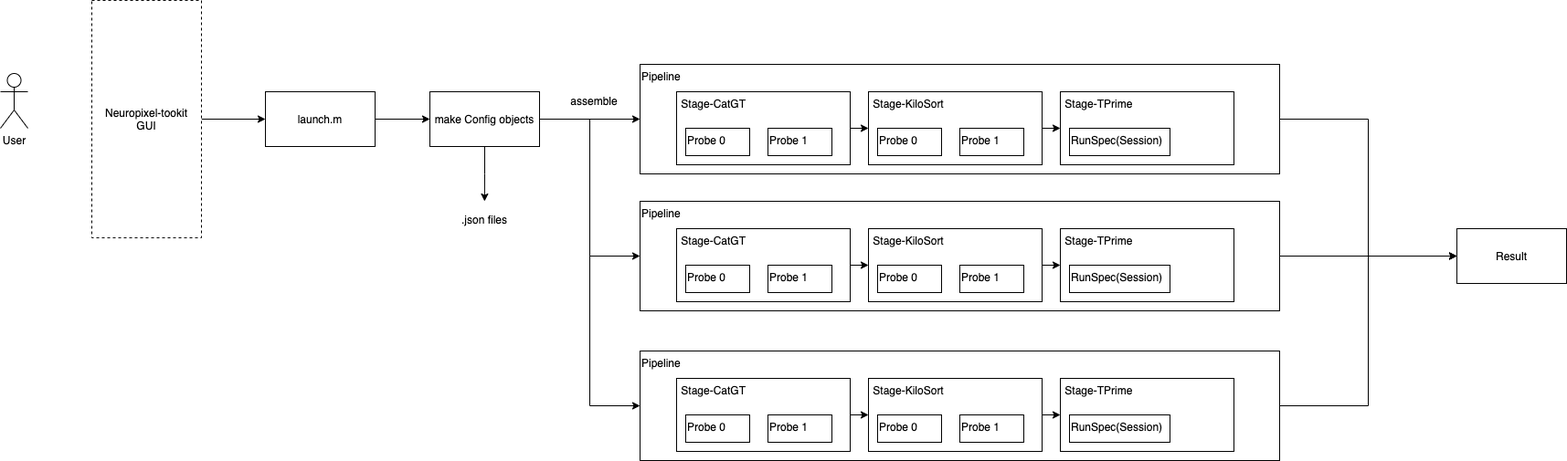
Before: docs/usecase_diagram.drawio.png, a diagram exported from draw.io (MATLAB-Community-Toolboxes-at-INCF/neuropixels-toolkit). Source tidied: cells renumbered, new cells last; positions are measured from the earlier drawing's top-left corner, leaving out a move shared by most shapes. The source it was exported from:
```xml
<mxGraphModel>
  <root>
    <mxCell id="0" />
    <mxCell id="1" parent="0" />
    <mxCell id="2" value="User" style="shape=umlActor;verticalLabelPosition=bottom;verticalAlign=top;html=1;" parent="1" vertex="1">
      <mxGeometry y="80" width="30" height="60" as="geometry" />
    </mxCell>
    <mxCell id="3" style="edgeStyle=orthogonalEdgeStyle;rounded=0;jettySize=auto;html=1;exitX=1;exitY=0.5;exitDx=0;exitDy=0;entryX=0;entryY=0.5;entryDx=0;entryDy=0;" parent="1" edge="1" source="4" target="6">
      <mxGeometry relative="1" as="geometry" />
    </mxCell>
    <mxCell id="4" value="Neuropixel-tookit&lt;br&gt;GUI" style="rounded=0;whiteSpace=wrap;html=1;dashed=1;" parent="1" vertex="1">
      <mxGeometry x="100" width="120" height="260" as="geometry" />
    </mxCell>
    <mxCell id="5" style="edgeStyle=orthogonalEdgeStyle;rounded=0;jettySize=auto;html=1;exitX=1;exitY=0.5;exitDx=0;exitDy=0;entryX=0;entryY=0.5;entryDx=0;entryDy=0;" parent="1" edge="1" source="6" target="11">
      <mxGeometry relative="1" as="geometry" />
    </mxCell>
    <mxCell id="6" value="launch.m" style="rounded=0;whiteSpace=wrap;html=1;" parent="1" vertex="1">
      <mxGeometry x="290" y="100" width="120" height="60" as="geometry" />
    </mxCell>
    <mxCell id="7" style="edgeStyle=orthogonalEdgeStyle;rounded=0;jettySize=auto;html=1;exitX=1;exitY=0.5;exitDx=0;exitDy=0;entryX=0;entryY=0.5;entryDx=0;entryDy=0;" parent="1" edge="1" source="11" target="13">
      <mxGeometry relative="1" as="geometry" />
    </mxCell>
    <mxCell id="8" style="edgeStyle=orthogonalEdgeStyle;rounded=0;jettySize=auto;html=1;exitX=1;exitY=0.5;exitDx=0;exitDy=0;entryX=0;entryY=0.5;entryDx=0;entryDy=0;" parent="1" edge="1" source="11" target="25">
      <mxGeometry relative="1" as="geometry" />
    </mxCell>
    <mxCell id="9" style="edgeStyle=orthogonalEdgeStyle;rounded=0;jettySize=auto;html=1;exitX=1;exitY=0.5;exitDx=0;exitDy=0;entryX=0;entryY=0.5;entryDx=0;entryDy=0;" parent="1" edge="1" source="11" target="37">
      <mxGeometry relative="1" as="geometry" />
    </mxCell>
    <mxCell id="10" style="edgeStyle=orthogonalEdgeStyle;rounded=0;jettySize=auto;html=1;exitX=0.5;exitY=1;exitDx=0;exitDy=0;" parent="1" edge="1" source="11">
      <mxGeometry relative="1" as="geometry">
        <mxPoint x="529.9" y="220" as="targetPoint" />
      </mxGeometry>
    </mxCell>
    <mxCell id="11" value="make Config objects" style="rounded=0;whiteSpace=wrap;html=1;" parent="1" vertex="1">
      <mxGeometry x="470" y="100" width="120" height="60" as="geometry" />
    </mxCell>
    <mxCell id="12" style="edgeStyle=orthogonalEdgeStyle;rounded=0;jettySize=auto;html=1;exitX=1;exitY=0.5;exitDx=0;exitDy=0;entryX=0;entryY=0.5;entryDx=0;entryDy=0;" parent="1" edge="1" source="13" target="50">
      <mxGeometry relative="1" as="geometry" />
    </mxCell>
    <mxCell id="13" value="Pipeline" style="rounded=0;whiteSpace=wrap;html=1;verticalAlign=top;align=left;" parent="1" vertex="1">
      <mxGeometry x="700" y="70" width="700" height="120" as="geometry" />
    </mxCell>
    <mxCell id="14" style="edgeStyle=orthogonalEdgeStyle;rounded=0;jettySize=auto;html=1;exitX=1;exitY=0.5;exitDx=0;exitDy=0;entryX=0;entryY=0.5;entryDx=0;entryDy=0;" parent="1" edge="1" source="15" target="19">
      <mxGeometry relative="1" as="geometry" />
    </mxCell>
    <mxCell id="15" value="&amp;nbsp;Stage-CatGT" style="rounded=0;whiteSpace=wrap;html=1;align=left;verticalAlign=top;" parent="1" vertex="1">
      <mxGeometry x="740" y="100" width="190" height="80" as="geometry" />
    </mxCell>
    <mxCell id="16" value="Probe 0" style="rounded=0;whiteSpace=wrap;html=1;align=left;verticalAlign=top;" parent="1" vertex="1">
      <mxGeometry x="750" y="140" width="70" height="30" as="geometry" />
    </mxCell>
    <mxCell id="17" value="Probe 1" style="rounded=0;whiteSpace=wrap;html=1;align=left;verticalAlign=top;" parent="1" vertex="1">
      <mxGeometry x="840" y="140" width="70" height="30" as="geometry" />
    </mxCell>
    <mxCell id="18" style="edgeStyle=orthogonalEdgeStyle;rounded=0;jettySize=auto;html=1;exitX=1;exitY=0.5;exitDx=0;exitDy=0;entryX=0;entryY=0.5;entryDx=0;entryDy=0;" parent="1" edge="1" source="19" target="22">
      <mxGeometry relative="1" as="geometry" />
    </mxCell>
    <mxCell id="19" value="&amp;nbsp;Stage-KiloSort" style="rounded=0;whiteSpace=wrap;html=1;align=left;verticalAlign=top;" parent="1" vertex="1">
      <mxGeometry x="950" y="100" width="190" height="80" as="geometry" />
    </mxCell>
    <mxCell id="20" value="Probe 0" style="rounded=0;whiteSpace=wrap;html=1;align=left;verticalAlign=top;" parent="1" vertex="1">
      <mxGeometry x="960" y="140" width="70" height="30" as="geometry" />
    </mxCell>
    <mxCell id="21" value="Probe 1" style="rounded=0;whiteSpace=wrap;html=1;align=left;verticalAlign=top;" parent="1" vertex="1">
      <mxGeometry x="1050" y="140" width="70" height="30" as="geometry" />
    </mxCell>
    <mxCell id="22" value="&amp;nbsp;Stage-TPrime" style="rounded=0;whiteSpace=wrap;html=1;align=left;verticalAlign=top;" parent="1" vertex="1">
      <mxGeometry x="1160" y="100" width="190" height="80" as="geometry" />
    </mxCell>
    <mxCell id="23" value="RunSpec(Session)" style="rounded=0;whiteSpace=wrap;html=1;align=left;verticalAlign=top;" parent="1" vertex="1">
      <mxGeometry x="1170" y="140" width="110" height="30" as="geometry" />
    </mxCell>
    <mxCell id="24" style="edgeStyle=orthogonalEdgeStyle;rounded=0;jettySize=auto;html=1;exitX=1;exitY=0.5;exitDx=0;exitDy=0;" parent="1" edge="1" source="25" target="50">
      <mxGeometry relative="1" as="geometry" />
    </mxCell>
    <mxCell id="25" value="Pipeline" style="rounded=0;whiteSpace=wrap;html=1;verticalAlign=top;align=left;" parent="1" vertex="1">
      <mxGeometry x="700" y="220" width="700" height="120" as="geometry" />
    </mxCell>
    <mxCell id="26" style="edgeStyle=orthogonalEdgeStyle;rounded=0;jettySize=auto;html=1;exitX=1;exitY=0.5;exitDx=0;exitDy=0;entryX=0;entryY=0.5;entryDx=0;entryDy=0;" parent="1" edge="1" source="27" target="31">
      <mxGeometry relative="1" as="geometry" />
    </mxCell>
    <mxCell id="27" value="&amp;nbsp;Stage-CatGT" style="rounded=0;whiteSpace=wrap;html=1;align=left;verticalAlign=top;" parent="1" vertex="1">
      <mxGeometry x="740" y="250" width="190" height="80" as="geometry" />
    </mxCell>
    <mxCell id="28" value="Probe 0" style="rounded=0;whiteSpace=wrap;html=1;align=left;verticalAlign=top;" parent="1" vertex="1">
      <mxGeometry x="750" y="290" width="70" height="30" as="geometry" />
    </mxCell>
    <mxCell id="29" value="Probe 1" style="rounded=0;whiteSpace=wrap;html=1;align=left;verticalAlign=top;" parent="1" vertex="1">
      <mxGeometry x="840" y="290" width="70" height="30" as="geometry" />
    </mxCell>
    <mxCell id="30" style="edgeStyle=orthogonalEdgeStyle;rounded=0;jettySize=auto;html=1;exitX=1;exitY=0.5;exitDx=0;exitDy=0;entryX=0;entryY=0.5;entryDx=0;entryDy=0;" parent="1" edge="1" source="31" target="34">
      <mxGeometry relative="1" as="geometry" />
    </mxCell>
    <mxCell id="31" value="&amp;nbsp;Stage-KiloSort" style="rounded=0;whiteSpace=wrap;html=1;align=left;verticalAlign=top;" parent="1" vertex="1">
      <mxGeometry x="950" y="250" width="190" height="80" as="geometry" />
    </mxCell>
    <mxCell id="32" value="Probe 0" style="rounded=0;whiteSpace=wrap;html=1;align=left;verticalAlign=top;" parent="1" vertex="1">
      <mxGeometry x="960" y="290" width="70" height="30" as="geometry" />
    </mxCell>
    <mxCell id="33" value="Probe 1" style="rounded=0;whiteSpace=wrap;html=1;align=left;verticalAlign=top;" parent="1" vertex="1">
      <mxGeometry x="1050" y="290" width="70" height="30" as="geometry" />
    </mxCell>
    <mxCell id="34" value="&amp;nbsp;Stage-TPrime" style="rounded=0;whiteSpace=wrap;html=1;align=left;verticalAlign=top;" parent="1" vertex="1">
      <mxGeometry x="1160" y="250" width="190" height="80" as="geometry" />
    </mxCell>
    <mxCell id="35" value="RunSpec(Session)" style="rounded=0;whiteSpace=wrap;html=1;align=left;verticalAlign=top;" parent="1" vertex="1">
      <mxGeometry x="1170" y="290" width="110" height="30" as="geometry" />
    </mxCell>
    <mxCell id="36" style="edgeStyle=orthogonalEdgeStyle;rounded=0;jettySize=auto;html=1;exitX=1;exitY=0.5;exitDx=0;exitDy=0;entryX=0;entryY=0.5;entryDx=0;entryDy=0;" parent="1" edge="1" source="37" target="50">
      <mxGeometry relative="1" as="geometry" />
    </mxCell>
    <mxCell id="37" value="Pipeline" style="rounded=0;whiteSpace=wrap;html=1;verticalAlign=top;align=left;" parent="1" vertex="1">
      <mxGeometry x="700" y="384" width="700" height="120" as="geometry" />
    </mxCell>
    <mxCell id="38" style="edgeStyle=orthogonalEdgeStyle;rounded=0;jettySize=auto;html=1;exitX=1;exitY=0.5;exitDx=0;exitDy=0;entryX=0;entryY=0.5;entryDx=0;entryDy=0;" parent="1" edge="1" source="39" target="43">
      <mxGeometry relative="1" as="geometry" />
    </mxCell>
    <mxCell id="39" value="&amp;nbsp;Stage-CatGT" style="rounded=0;whiteSpace=wrap;html=1;align=left;verticalAlign=top;" parent="1" vertex="1">
      <mxGeometry x="740" y="414" width="190" height="80" as="geometry" />
    </mxCell>
    <mxCell id="40" value="Probe 0" style="rounded=0;whiteSpace=wrap;html=1;align=left;verticalAlign=top;" parent="1" vertex="1">
      <mxGeometry x="750" y="454" width="70" height="30" as="geometry" />
    </mxCell>
    <mxCell id="41" value="Probe 1" style="rounded=0;whiteSpace=wrap;html=1;align=left;verticalAlign=top;" parent="1" vertex="1">
      <mxGeometry x="840" y="454" width="70" height="30" as="geometry" />
    </mxCell>
    <mxCell id="42" style="edgeStyle=orthogonalEdgeStyle;rounded=0;jettySize=auto;html=1;exitX=1;exitY=0.5;exitDx=0;exitDy=0;entryX=0;entryY=0.5;entryDx=0;entryDy=0;" parent="1" edge="1" source="43" target="46">
      <mxGeometry relative="1" as="geometry" />
    </mxCell>
    <mxCell id="43" value="&amp;nbsp;Stage-KiloSort" style="rounded=0;whiteSpace=wrap;html=1;align=left;verticalAlign=top;" parent="1" vertex="1">
      <mxGeometry x="950" y="414" width="190" height="80" as="geometry" />
    </mxCell>
    <mxCell id="44" value="Probe 0" style="rounded=0;whiteSpace=wrap;html=1;align=left;verticalAlign=top;" parent="1" vertex="1">
      <mxGeometry x="960" y="454" width="70" height="30" as="geometry" />
    </mxCell>
    <mxCell id="45" value="Probe 1" style="rounded=0;whiteSpace=wrap;html=1;align=left;verticalAlign=top;" parent="1" vertex="1">
      <mxGeometry x="1050" y="454" width="70" height="30" as="geometry" />
    </mxCell>
    <mxCell id="46" value="&amp;nbsp;Stage-TPrime" style="rounded=0;whiteSpace=wrap;html=1;align=left;verticalAlign=top;" parent="1" vertex="1">
      <mxGeometry x="1160" y="414" width="190" height="80" as="geometry" />
    </mxCell>
    <mxCell id="47" value="RunSpec(Session)" style="rounded=0;whiteSpace=wrap;html=1;align=left;verticalAlign=top;" parent="1" vertex="1">
      <mxGeometry x="1170" y="454" width="110" height="30" as="geometry" />
    </mxCell>
    <mxCell id="48" value=".json files" style="text;html=1;strokeColor=none;fillColor=none;align=center;verticalAlign=middle;whiteSpace=wrap;rounded=0;" parent="1" vertex="1">
      <mxGeometry x="495" y="230" width="70" height="20" as="geometry" />
    </mxCell>
    <mxCell id="49" value="assemble" style="text;html=1;strokeColor=none;fillColor=none;align=center;verticalAlign=middle;whiteSpace=wrap;rounded=0;" parent="1" vertex="1">
      <mxGeometry x="620" y="100" width="60" height="20" as="geometry" />
    </mxCell>
    <mxCell id="50" value="Result" style="rounded=0;whiteSpace=wrap;html=1;align=center;verticalAlign=middle;" parent="1" vertex="1">
      <mxGeometry x="1594" y="250" width="120" height="60" as="geometry" />
    </mxCell>
  </root>
</mxGraphModel>
```
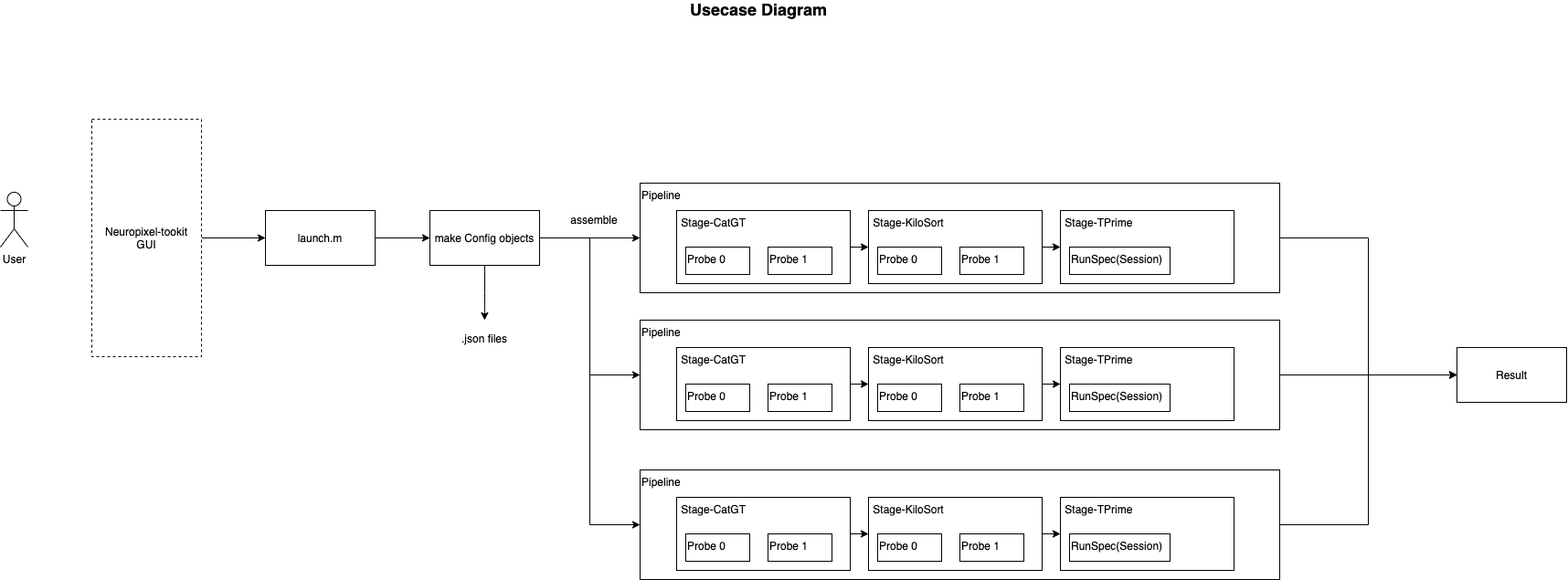
The same file after the commit.

Commit message:
update usecase diagram

The edit, as a diff of the source:
```diff
@@ -151,5 +151,8 @@
     <mxCell id="50" value="Result" style="rounded=0;whiteSpace=wrap;html=1;align=center;verticalAlign=middle;" parent="1" vertex="1">
       <mxGeometry x="1594" y="250" width="120" height="60" as="geometry" />
     </mxCell>
+    <mxCell id="51" value="Usecase Diagram" style="text;html=1;strokeColor=none;fillColor=none;align=center;verticalAlign=middle;whiteSpace=wrap;rounded=0;fontStyle=1;fontSize=18;" parent="1" vertex="1">
+      <mxGeometry x="680" y="-130" width="300" height="20" as="geometry" />
+    </mxCell>
   </root>
 </mxGraphModel>
```
